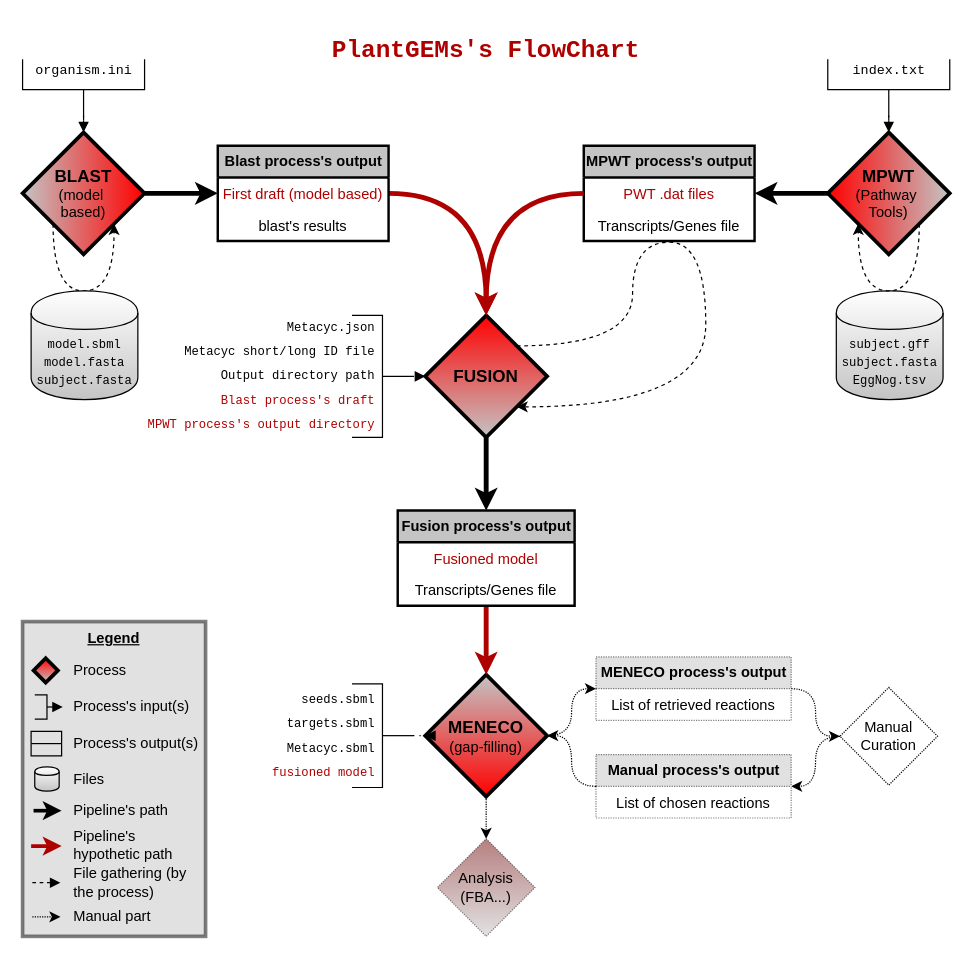
The draw.io diagram Flowchart_PlantGEMs.drawio in AsaLap/PlantGEMs, before the edit. Source tidied: cells renumbered, new cells numbered last; positions are measured from the earlier drawing's top-left corner, leaving out a move shared by most shapes. Both pictures are drawn from the tidied source at 122%, with x=0, y=0 at pixel (22, 33).
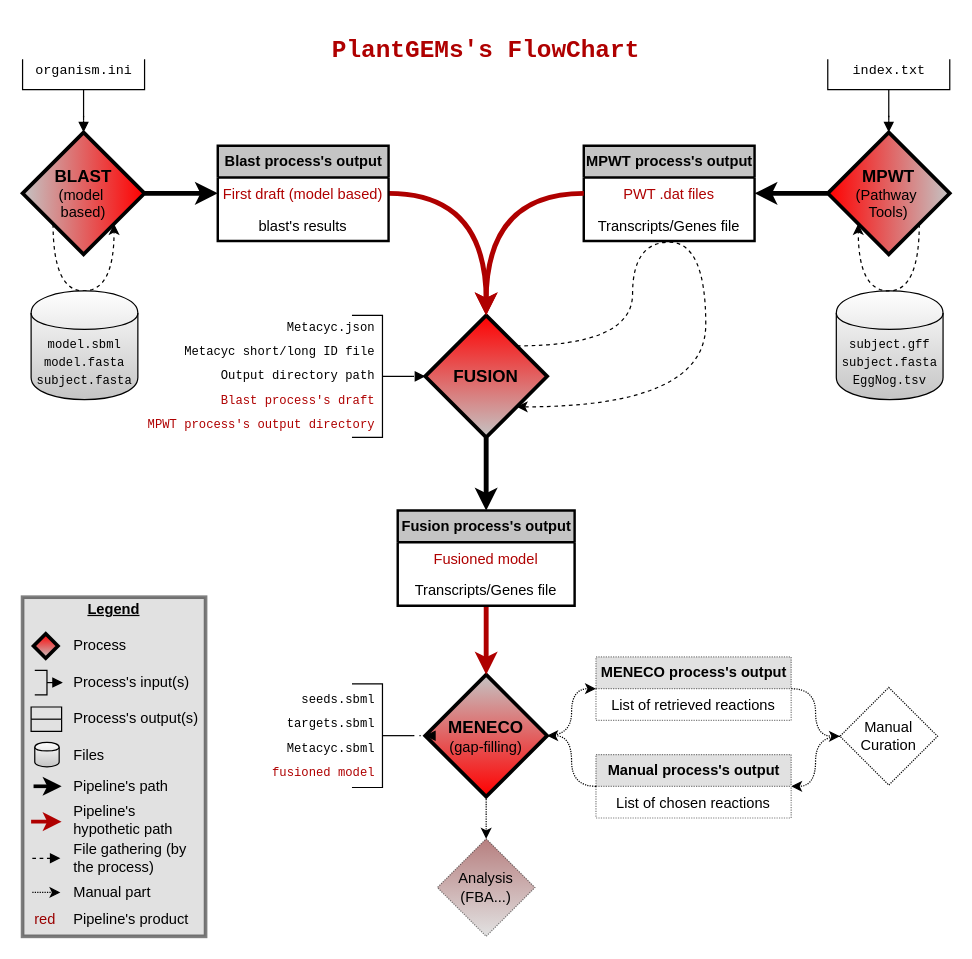
After the change.

Commit message:
Adding a precision to the legend

What changed in the source:
```diff
@@
-    <mxCell id="2" value="&lt;font color=&quot;#000000&quot;&gt;&lt;b&gt;&lt;u&gt;Legend&lt;br&gt;&lt;br&gt;&lt;/u&gt;&lt;/b&gt;&lt;br&gt;&lt;br&gt;&lt;br&gt;&lt;br&gt;&lt;br&gt;&lt;br&gt;&lt;br&gt;&lt;br&gt;&lt;br&gt;&lt;br&gt;&lt;/font&gt;&lt;div style=&quot;text-align: left&quot;&gt;&lt;font color=&quot;#000000&quot;&gt;&lt;br&gt;&lt;/font&gt;&lt;/div&gt;&lt;div style=&quot;text-align: left&quot;&gt;&lt;font color=&quot;#000000&quot;&gt;&lt;br&gt;&lt;/font&gt;&lt;/div&gt;&lt;div style=&quot;text-align: left&quot;&gt;&lt;font color=&quot;#000000&quot;&gt;&lt;br&gt;&lt;/font&gt;&lt;/div&gt;&lt;div style=&quot;text-align: left&quot;&gt;&lt;font color=&quot;#000000&quot;&gt;&lt;br&gt;&lt;/font&gt;&lt;/div&gt;&lt;div style=&quot;text-align: left&quot;&gt;&lt;br&gt;&lt;/div&gt;" style="rounded=0;whiteSpace=wrap;html=1;labelBackgroundColor=none;strokeWidth=3;fontColor=#FFFFFF;align=center;shadow=0;opacity=50;gradientDirection=north;fillColor=#C4C4C4;" parent="1" vertex="1">
-      <mxGeometry y="482" width="150" height="258" as="geometry" />
+    <mxCell id="2" value="&lt;font color=&quot;#000000&quot;&gt;&lt;b&gt;&lt;u&gt;Legend&lt;br&gt;&lt;br&gt;&lt;/u&gt;&lt;/b&gt;&lt;br&gt;&lt;br&gt;&lt;br&gt;&lt;br&gt;&lt;br&gt;&lt;br&gt;&lt;br&gt;&lt;br&gt;&lt;br&gt;&lt;br&gt;&lt;/font&gt;&lt;div style=&quot;text-align: left&quot;&gt;&lt;font color=&quot;#000000&quot;&gt;&lt;br&gt;&lt;/font&gt;&lt;/div&gt;&lt;div style=&quot;text-align: left&quot;&gt;&lt;font color=&quot;#000000&quot;&gt;&lt;br&gt;&lt;/font&gt;&lt;/div&gt;&lt;div style=&quot;text-align: left&quot;&gt;&lt;font color=&quot;#000000&quot;&gt;&lt;br&gt;&lt;/font&gt;&lt;/div&gt;&lt;div style=&quot;text-align: left&quot;&gt;&lt;font color=&quot;#000000&quot;&gt;&lt;br&gt;&lt;/font&gt;&lt;/div&gt;&lt;div style=&quot;text-align: left&quot;&gt;&lt;br&gt;&lt;/div&gt;&lt;div style=&quot;text-align: left&quot;&gt;&lt;br&gt;&lt;/div&gt;&lt;div style=&quot;text-align: left&quot;&gt;&lt;br&gt;&lt;/div&gt;" style="rounded=0;whiteSpace=wrap;html=1;labelBackgroundColor=none;strokeWidth=3;fontColor=#FFFFFF;align=center;shadow=0;opacity=50;gradientDirection=north;fillColor=#C4C4C4;" parent="1" vertex="1">
+      <mxGeometry y="462" width="150" height="278" as="geometry" />
     </mxCell>
@@
     <mxCell id="58" style="strokeWidth=1;html=1;shape=mxgraph.flowchart.annotation_2;align=left;labelPosition=right;direction=west;" parent="1" vertex="1">
-      <mxGeometry x="10" y="542" width="20" height="20" as="geometry" />
+      <mxGeometry x="10" y="522" width="20" height="20" as="geometry" />
     </mxCell>
     <mxCell id="59" value="Process's input(s)" style="text;html=1;align=left;verticalAlign=middle;points=[];" parent="1" vertex="1">
-      <mxGeometry x="40" y="542" width="110" height="20" as="geometry" />
+      <mxGeometry x="40" y="522" width="110" height="20" as="geometry" />
     </mxCell>
     <mxCell id="60" value="Process's output(s)" style="text;html=1;align=left;verticalAlign=middle;" parent="1" vertex="1">
-      <mxGeometry x="39.5" y="572" width="120" height="20" as="geometry" />
+      <mxGeometry x="39.5" y="552" width="120" height="20" as="geometry" />
     </mxCell>
     <mxCell id="61" style="rhombus;whiteSpace=wrap;html=1;strokeWidth=3;fillColor=#FF0000;gradientColor=#C4C4C4;" parent="1" vertex="1">
-      <mxGeometry x="9" y="512" width="20" height="20" as="geometry" />
+      <mxGeometry x="9" y="492" width="20" height="20" as="geometry" />
     </mxCell>
     <mxCell id="62" value="Process" style="text;html=1;align=left;verticalAlign=middle;" parent="1" vertex="1">
-      <mxGeometry x="40" y="512" width="60" height="20" as="geometry" />
+      <mxGeometry x="40" y="492" width="60" height="20" as="geometry" />
     </mxCell>
     <mxCell id="63" style="shape=cylinder;whiteSpace=wrap;html=1;boundedLbl=1;backgroundOutline=1;labelBackgroundColor=none;fontColor=#000000;align=left;gradientColor=#ffffff;fillColor=#C4C4C4;gradientDirection=north;" parent="1" vertex="1">
-      <mxGeometry x="10" y="601" width="20" height="20" as="geometry" />
+      <mxGeometry x="10" y="581" width="20" height="20" as="geometry" />
     </mxCell>
     <mxCell id="64" value="Files" style="text;html=1;align=left;verticalAlign=middle;" parent="1" vertex="1">
-      <mxGeometry x="40" y="602" width="40" height="20" as="geometry" />
+      <mxGeometry x="40" y="582" width="40" height="20" as="geometry" />
     </mxCell>
     <mxCell id="65" style="endArrow=block;dashed=1;html=1;strokeWidth=1;fontColor=#FFFFFF;strokeColor=#000000;startArrow=none;startFill=0;endFill=1;" parent="1" edge="1">
       <mxGeometry relative="1" as="geometry">
-        <mxPoint x="8" y="696" as="sourcePoint" />
-        <mxPoint x="31" y="696" as="targetPoint" />
+        <mxPoint x="8" y="676" as="sourcePoint" />
+        <mxPoint x="31" y="676" as="targetPoint" />
       </mxGeometry>
     </mxCell>
     <mxCell id="66" value="File gathering (by &lt;br&gt;the process)" style="text;html=1;align=left;verticalAlign=middle;" parent="1" vertex="1">
-      <mxGeometry x="40" y="681" width="110" height="30" as="geometry" />
+      <mxGeometry x="40" y="661" width="110" height="30" as="geometry" />
     </mxCell>
     <mxCell id="67" value="Manual part" style="text;html=1;align=left;verticalAlign=middle;" parent="1" vertex="1">
-      <mxGeometry x="40" y="714" width="80" height="20" as="geometry" />
+      <mxGeometry x="40" y="694" width="80" height="20" as="geometry" />
     </mxCell>
@@
     <mxCell id="69" style="endArrow=classic;html=1;strokeWidth=3;fontColor=#FFFFFF;strokeColor=#000000;startArrow=none;startFill=0;endFill=1;" parent="1" edge="1">
       <mxGeometry relative="1" as="geometry">
-        <mxPoint x="9" y="637" as="sourcePoint" />
-        <mxPoint x="32" y="637" as="targetPoint" />
+        <mxPoint x="9" y="617" as="sourcePoint" />
+        <mxPoint x="32" y="617" as="targetPoint" />
       </mxGeometry>
     </mxCell>
     <mxCell id="70" value="Pipeline's path" style="text;html=1;align=left;verticalAlign=middle;" parent="1" vertex="1">
-      <mxGeometry x="40" y="627" width="90" height="20" as="geometry" />
+      <mxGeometry x="40" y="607" width="90" height="20" as="geometry" />
     </mxCell>
     <mxCell id="71" value="Pipeline's&lt;br&gt;hypothetic path" style="text;html=1;align=left;verticalAlign=middle;" parent="1" vertex="1">
-      <mxGeometry x="40" y="650" width="100" height="30" as="geometry" />
+      <mxGeometry x="40" y="630" width="100" height="30" as="geometry" />
     </mxCell>
     <mxCell id="72" style="endArrow=classic;html=1;strokeWidth=3;fontColor=#FFFFFF;endFill=1;strokeColor=#AF0000;" parent="1" edge="1">
       <mxGeometry relative="1" as="geometry">
-        <mxPoint x="7" y="666" as="sourcePoint" />
-        <mxPoint x="32" y="666" as="targetPoint" />
+        <mxPoint x="7" y="646" as="sourcePoint" />
+        <mxPoint x="32" y="646" as="targetPoint" />
         <Array as="points">
-          <mxPoint x="22" y="666" />
+          <mxPoint x="22" y="646" />
         </Array>
       </mxGeometry>
     </mxCell>
     <mxCell id="73" style="endArrow=classic;dashed=1;html=1;strokeWidth=1;fontColor=#FFFFFF;strokeColor=#000000;startArrow=none;startFill=0;endFill=1;dashPattern=1 1;" parent="1" edge="1">
       <mxGeometry relative="1" as="geometry">
-        <mxPoint x="8" y="724" as="sourcePoint" />
-        <mxPoint x="31" y="724" as="targetPoint" />
+        <mxPoint x="8" y="704" as="sourcePoint" />
+        <mxPoint x="31" y="704" as="targetPoint" />
       </mxGeometry>
     </mxCell>
+    <mxCell id="75" value="Pipeline's product" style="text;html=1;align=left;verticalAlign=middle;" parent="1" vertex="1">
+      <mxGeometry x="40" y="716" width="110" height="20" as="geometry" />
+    </mxCell>
+    <mxCell id="76" value="&lt;font color=&quot;#990000&quot;&gt;red&lt;/font&gt;" style="text;html=1;align=left;verticalAlign=middle;" parent="1" vertex="1">
+      <mxGeometry x="8" y="716" width="30" height="20" as="geometry" />
+    </mxCell>
     <mxCell id="74" style="swimlane;fontStyle=0;horizontal=1;startSize=10;fillColor=none;labelBackgroundColor=none;fontColor=#6F0000;align=left;html=1;" parent="1" vertex="1">
-      <mxGeometry x="7" y="572" width="25" height="20" as="geometry" />
+      <mxGeometry x="7" y="552" width="25" height="20" as="geometry" />
     </mxCell>
```
